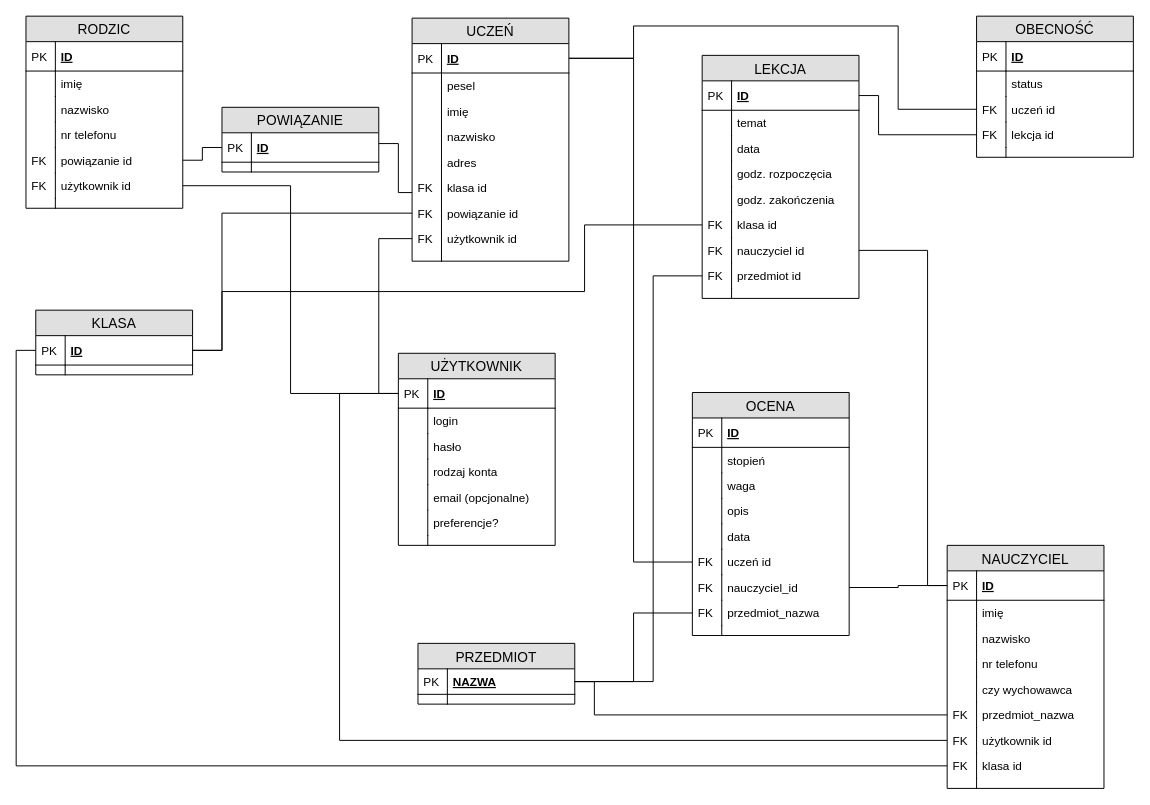
Earlier version of the draw.io diagram page "Page-2" (2 of 2) of Modele/modele.drawio (maciekpajak/BAZY_DANYCH_PROJEKT). Source tidied: cells renumbered, new cells numbered last; positions are measured from the earlier drawing's top-left corner, leaving out a move shared by most shapes. Both pictures are drawn from the tidied source at 98%, with x=0, y=0 at pixel (25, 16).
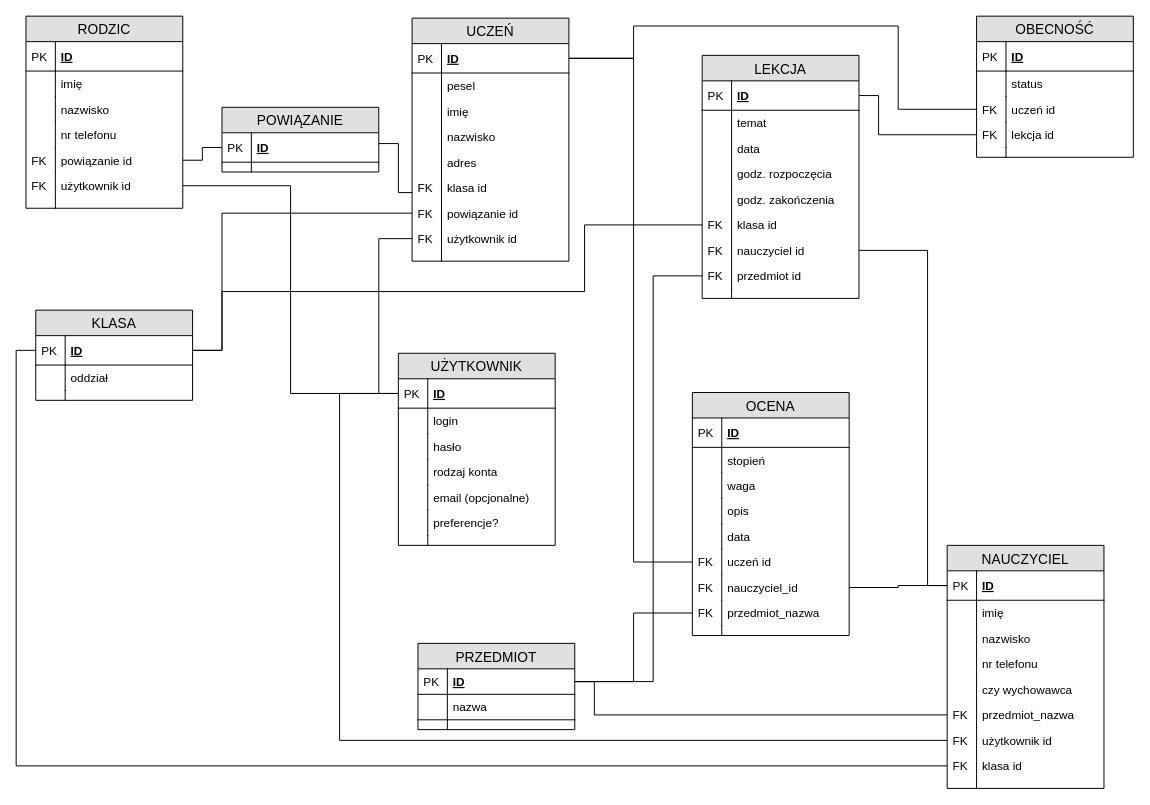
The same diagram, later.

The edit, as a diff of the source:
```diff
@@
     <mxCell id="117" value="KLASA" style="swimlane;fontStyle=0;horizontal=1;startSize=26;fillColor=#e0e0e0;swimlaneFillColor=#ffffff;align=center;fontSize=14;rounded=0;" parent="1" vertex="1">
-      <mxGeometry x="10" y="300" width="160" height="66" as="geometry" />
+      <mxGeometry x="10" y="300" width="160" height="92" as="geometry" />
     </mxCell>
@@
+    <mxCell id="152" value="oddział" style="shape=partialRectangle;top=0;left=0;right=0;bottom=0;align=left;verticalAlign=top;fillColor=none;spacingLeft=34;spacingRight=4;overflow=hidden;fontSize=12;" parent="117" vertex="1">
+      <mxGeometry y="56" width="160" height="26" as="geometry" />
+    </mxCell>
+    <mxCell id="153" style="shape=partialRectangle;top=0;left=0;bottom=0;fillColor=none;align=left;verticalAlign=top;spacingLeft=4;spacingRight=4;overflow=hidden;fontSize=12;" parent="152" vertex="1">
+      <mxGeometry width="30" height="26" as="geometry" />
+    </mxCell>
     <mxCell id="120" style="shape=partialRectangle;top=0;left=0;right=0;bottom=0;align=left;verticalAlign=top;fillColor=none;spacingLeft=34;spacingRight=4;overflow=hidden;fontSize=12;" parent="117" vertex="1">
-      <mxGeometry y="56" width="160" height="10" as="geometry" />
+      <mxGeometry y="82" width="160" height="10" as="geometry" />
     </mxCell>
@@
     <mxCell id="141" value="PRZEDMIOT" style="swimlane;fontStyle=0;horizontal=1;startSize=26;fillColor=#e0e0e0;swimlaneFillColor=#ffffff;align=center;fontSize=14;rounded=0;" parent="1" vertex="1">
-      <mxGeometry x="400" y="640" width="160" height="62" as="geometry" />
+      <mxGeometry x="400" y="640" width="160" height="88" as="geometry" />
     </mxCell>
-    <mxCell id="142" value="NAZWA" style="shape=partialRectangle;top=0;left=0;right=0;bottom=1;align=left;verticalAlign=top;fillColor=none;spacingLeft=34;spacingRight=4;overflow=hidden;points=[[0,0.5],[1,0.5]];portConstraint=eastwest;fontSize=12;fontStyle=5;" parent="141" vertex="1">
+    <mxCell id="142" value="ID" style="shape=partialRectangle;top=0;left=0;right=0;bottom=1;align=left;verticalAlign=top;fillColor=none;spacingLeft=34;spacingRight=4;overflow=hidden;points=[[0,0.5],[1,0.5]];portConstraint=eastwest;fontSize=12;fontStyle=5;" parent="141" vertex="1">
       <mxGeometry y="26" width="160" height="26" as="geometry" />
     </mxCell>
@@
+    <mxCell id="154" value="nazwa" style="shape=partialRectangle;top=0;left=0;right=0;bottom=1;align=left;verticalAlign=top;fillColor=none;spacingLeft=34;spacingRight=4;overflow=hidden;fontSize=12;" parent="141" vertex="1">
+      <mxGeometry y="52" width="160" height="26" as="geometry" />
+    </mxCell>
+    <mxCell id="155" style="shape=partialRectangle;top=0;left=0;bottom=0;fillColor=none;align=left;verticalAlign=top;spacingLeft=4;spacingRight=4;overflow=hidden;fontSize=12;" parent="154" vertex="1">
+      <mxGeometry width="30" height="26" as="geometry" />
+    </mxCell>
     <mxCell id="144" style="shape=partialRectangle;top=0;left=0;right=0;bottom=0;align=left;verticalAlign=top;fillColor=none;spacingLeft=34;spacingRight=4;overflow=hidden;fontSize=12;" parent="141" vertex="1">
-      <mxGeometry y="52" width="160" height="10" as="geometry" />
+      <mxGeometry y="78" width="160" height="10" as="geometry" />
     </mxCell>
```
